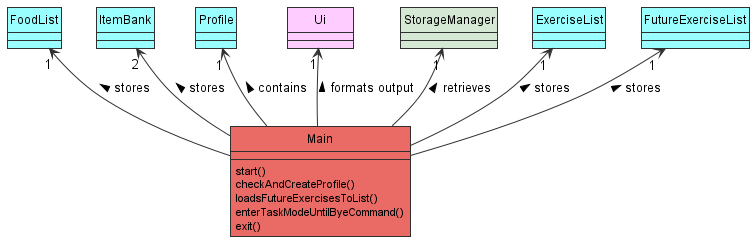
tryyang2001/tp keeps this PlantUML diagram as docs/images/MainClass.png. Above is the earlier version. Its diagram source:
```plantuml
@startuml
!include Style.puml
hide circle
class Main #line.bold
class FoodList DATA_COLOUR
class ItemBank DATA_COLOUR
class Profile DATA_COLOUR
class  "        Ui        " as Ui
class StorageManager STORAGE_COLOUR



ExerciseList "1" <-- Main :stores <
FutureExerciseList "1" <-- Main: stores <
FoodList "1" <-- Main : stores <
ItemBank "2" <-- Main :stores  <
Profile "1" <-- Main: contains <
Ui "1" <-- Main : formats output <
StorageManager "1" <-- Main : retrieves <

class Main MAIN_COLOUR {
start()
checkAndCreateProfile()
loadsFutureExercisesToList()
enterTaskModeUntilByeCommand()
exit()
}

class FoodList DATA_COLOUR{
}


class ExerciseList DATA_COLOUR{
}
class FutureExerciseList DATA_COLOUR{
}

class Profile DATA_COLOUR{
}

class ItemBank DATA_COLOUR{
}

class StorageManager STORAGE_COLOUR{
}

class Ui UI_COLOUR


@enduml
```
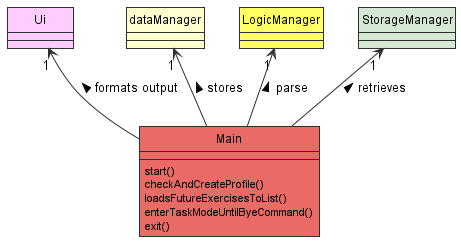
The same diagram one commit later.

Diff of the diagram source:
```diff
@@ -1,20 +1,11 @@
 @startuml
 !include Style.puml
 hide circle
-class Main #line.bold
-class FoodList DATA_COLOUR
-class ItemBank DATA_COLOUR
-class Profile DATA_COLOUR
+
 class  "        Ui        " as Ui
-class StorageManager STORAGE_COLOUR
 
-
-
-ExerciseList "1" <-- Main :stores <
-FutureExerciseList "1" <-- Main: stores <
-FoodList "1" <-- Main : stores <
-ItemBank "2" <-- Main :stores  <
-Profile "1" <-- Main: contains <
+dataManager "1" <-- Main: stores <
+LogicManager "1" <-- Main : parse <
 Ui "1" <-- Main : formats output <
 StorageManager "1" <-- Main : retrieves <
 
@@ -26,25 +17,9 @@
 exit()
 }
 
-class FoodList DATA_COLOUR{
-}
+class LogicManager LOGIC_COLOUR
 
-
-class ExerciseList DATA_COLOUR{
-}
-class FutureExerciseList DATA_COLOUR{
-}
-
-class Profile DATA_COLOUR{
-}
-
-class ItemBank DATA_COLOUR{
-}
-
-class StorageManager STORAGE_COLOUR{
-}
+class StorageManager STORAGE_COLOUR
 
 class Ui UI_COLOUR
-
-
 @enduml
```
